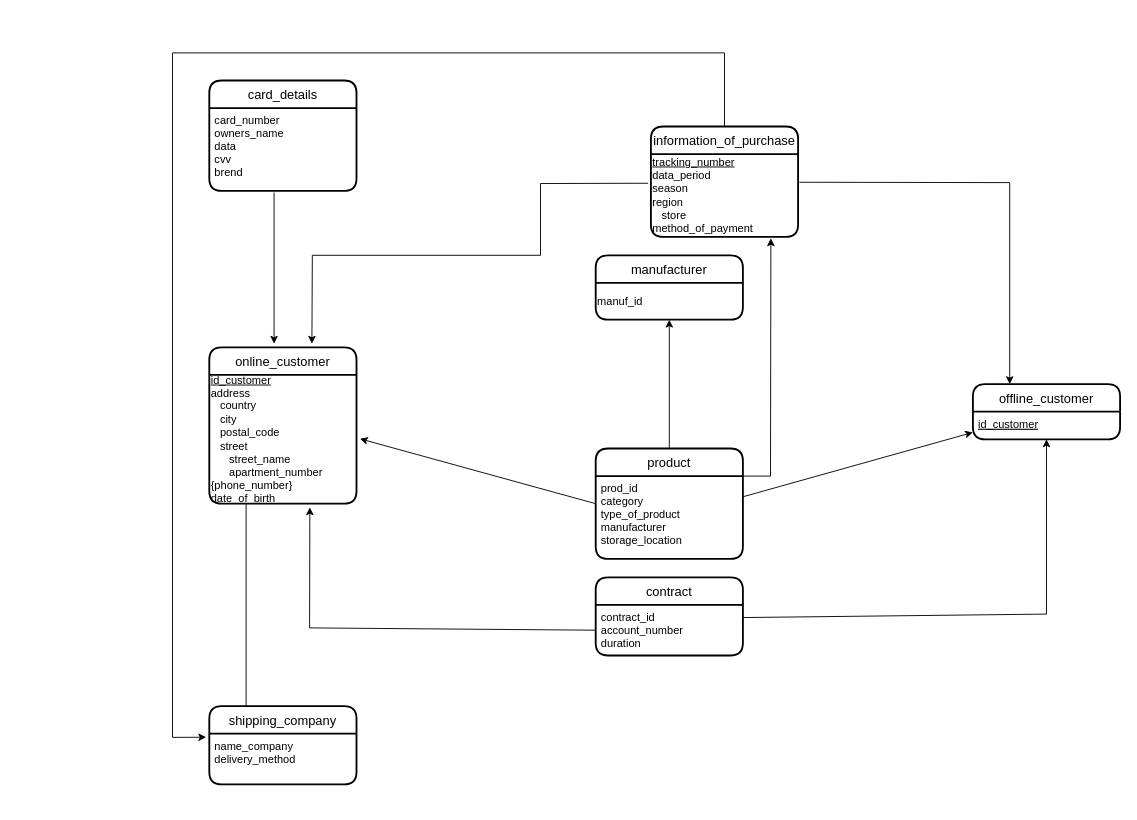
Adilbek-Asilzat/DB keeps this draw.io diagram as Untitled Diagram.drawio. Above is the earlier version. Source tidied: cells renumbered, new cells numbered last; positions are measured from the earlier drawing's top-left corner, leaving out a move shared by most shapes. Both pictures are drawn from the tidied source at 92%, with x=0, y=0 at pixel (172, 52).
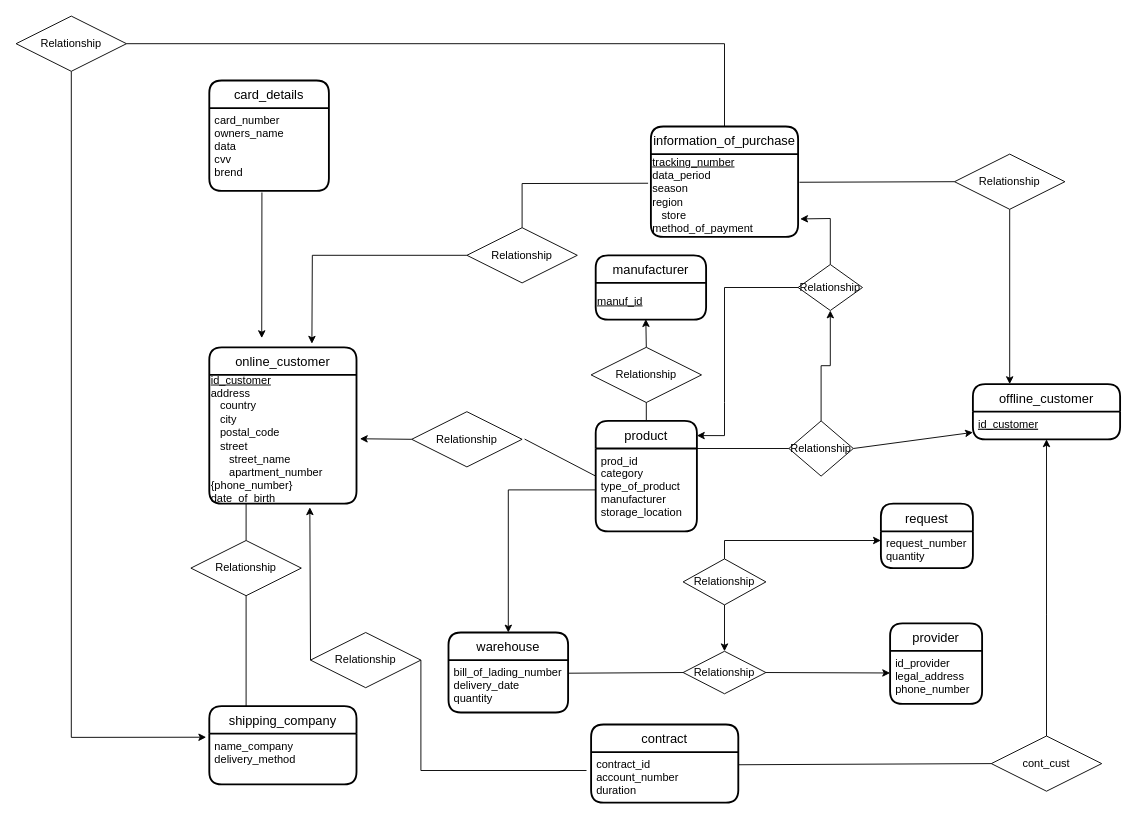
Above is the later version.

The change refers to these unchanged cells:
```xml
<mxCell id="2" value="online_customer" style="swimlane;horizontal=1;startSize=30;rounded=1;fontSize=14;fontStyle=0;strokeWidth=2;shadow=0;dashed=0;align=center;" parent="1" vertex="1">
  <mxGeometry x="40" y="320" width="160" height="170" as="geometry" />
</mxCell>
<mxCell id="3" value="&lt;u&gt;id_customer&lt;br&gt;&lt;/u&gt;address&lt;br&gt;&amp;nbsp; &amp;nbsp;country&lt;br&gt;&amp;nbsp; &amp;nbsp;city&lt;br&gt;&amp;nbsp; &amp;nbsp;postal_code&lt;br&gt;&amp;nbsp; &amp;nbsp;street&lt;br&gt;&amp;nbsp; &amp;nbsp; &amp;nbsp; street_name&lt;br&gt;&amp;nbsp; &amp;nbsp; &amp;nbsp; apartment_number&lt;br&gt;{phone_number}&lt;br&gt;date_of_birth" style="text;html=1;align=left;verticalAlign=middle;points=[];strokeColor=none;fillColor=none;" parent="2" vertex="1">
  <mxGeometry y="30" width="160" height="140" as="geometry" />
</mxCell>
<mxCell id="4" value="information_of_purchase" style="swimlane;horizontal=1;startSize=30;rounded=1;fontSize=14;fontStyle=0;strokeWidth=2;shadow=0;dashed=0;align=center;" parent="1" vertex="1">
  <mxGeometry x="520" y="80" width="160" height="120" as="geometry" />
</mxCell>
<mxCell id="5" value="&lt;u&gt;tracking_number&lt;br&gt;&lt;/u&gt;data_period&lt;br&gt;season&lt;br&gt;region&lt;br&gt;&amp;nbsp; &amp;nbsp;store&lt;br&gt;method_of_payment" style="text;html=1;align=left;verticalAlign=middle;points=[];strokeColor=none;fillColor=none;" parent="4" vertex="1">
  <mxGeometry y="30" width="160" height="90" as="geometry" />
</mxCell>
<mxCell id="7" value="contract_id&#10;account_number&#10;duration" style="align=left;strokeColor=none;fillColor=none;spacingLeft=4;fontSize=12;verticalAlign=top;fontStyle=0;" parent="6" vertex="1">
  <mxGeometry y="30" width="160" height="55" as="geometry" />
</mxCell>
<mxCell id="8" value="offline_customer" style="swimlane;horizontal=1;startSize=30;rounded=1;fontSize=14;fontStyle=0;strokeWidth=2;shadow=0;dashed=0;align=center;" parent="1" vertex="1">
  <mxGeometry x="870" y="360" width="160" height="60" as="geometry" />
</mxCell>
<mxCell id="9" value="id_customer" style="align=left;strokeColor=none;fillColor=none;spacingLeft=4;fontSize=12;verticalAlign=top;fontStyle=4;" parent="8" vertex="1">
  <mxGeometry y="30" width="160" height="30" as="geometry" />
</mxCell>
<mxCell id="21" value="shipping_company" style="swimlane;horizontal=1;startSize=30;rounded=1;fontSize=14;fontStyle=0;strokeWidth=2;shadow=0;dashed=0;align=center;" parent="1" vertex="1">
  <mxGeometry x="40" y="710" width="160" height="85" as="geometry" />
</mxCell>
```

The edit, as a diff of the source:
```diff
@@
     <mxCell id="6" value="contract" style="swimlane;horizontal=1;startSize=30;rounded=1;fontSize=14;fontStyle=0;strokeWidth=2;shadow=0;dashed=0;align=center;" parent="1" vertex="1">
-      <mxGeometry x="460" y="570" width="160" height="85" as="geometry" />
+      <mxGeometry x="455" y="730" width="160" height="85" as="geometry" />
     </mxCell>
@@
     <mxCell id="10" value="product" style="swimlane;horizontal=1;startSize=30;rounded=1;fontSize=14;fontStyle=0;strokeWidth=2;shadow=0;dashed=0;align=center;" parent="1" vertex="1">
-      <mxGeometry x="460" y="430" width="160" height="120" as="geometry" />
+      <mxGeometry x="460" y="400" width="110" height="120" as="geometry" />
     </mxCell>
     <mxCell id="11" value="prod_id&#10;category&#10;type_of_product&#10;manufacturer&#10;storage_location" style="align=left;strokeColor=none;fillColor=none;spacingLeft=4;fontSize=12;verticalAlign=top;fontStyle=0;" parent="10" vertex="1">
-      <mxGeometry y="30" width="160" height="90" as="geometry" />
+      <mxGeometry y="30" width="110" height="90" as="geometry" />
     </mxCell>
     <mxCell id="12" value="card_details" style="swimlane;horizontal=1;startSize=30;rounded=1;fontSize=14;fontStyle=0;strokeWidth=2;shadow=0;dashed=0;align=center;" parent="1" vertex="1">
-      <mxGeometry x="40" y="30" width="160" height="120" as="geometry" />
+      <mxGeometry x="40" y="30" width="130" height="120" as="geometry" />
     </mxCell>
     <mxCell id="13" value="card_number&#10;owners_name&#10;data&#10;cvv&#10;brend" style="align=left;strokeColor=none;fillColor=none;spacingLeft=4;fontSize=12;verticalAlign=top;" parent="12" vertex="1">
-      <mxGeometry y="30" width="160" height="90" as="geometry" />
+      <mxGeometry y="30" width="130" height="90" as="geometry" />
     </mxCell>
-    <mxCell id="14" style="endArrow=classic;html=1;rounded=0;exitX=0.44;exitY=1.019;exitDx=0;exitDy=0;exitPerimeter=0;entryX=0.44;entryY=-0.023;entryDx=0;entryDy=0;entryPerimeter=0;" parent="1" edge="1" source="13" target="2">
-      <mxGeometry relative="1" as="geometry" />
+    <mxCell id="14" style="endArrow=classic;html=1;rounded=0;exitX=0.44;exitY=1.019;exitDx=0;exitDy=0;exitPerimeter=0;" parent="1" edge="1" source="13">
+      <mxGeometry relative="1" as="geometry">
+        <mxPoint x="97" y="310" as="targetPoint" />
+      </mxGeometry>
     </mxCell>
-    <mxCell id="15" style="endArrow=classic;html=1;rounded=0;exitX=-0.019;exitY=0.352;exitDx=0;exitDy=0;exitPerimeter=0;entryX=0.697;entryY=-0.023;entryDx=0;entryDy=0;entryPerimeter=0;" parent="1" edge="1" source="5" target="2">
+    <mxCell id="15" style="endArrow=classic;html=1;rounded=0;exitX=0;exitY=0.5;exitDx=0;exitDy=0;entryX=0.697;entryY=-0.023;entryDx=0;entryDy=0;entryPerimeter=0;startArrow=none;" parent="1" edge="1" source="33" target="2">
       <mxGeometry relative="1" as="geometry">
         <Array as="points">
-          <mxPoint x="400" y="142" />
-          <mxPoint x="400" y="220" />
           <mxPoint x="152" y="220" />
         </Array>
       </mxGeometry>
     </mxCell>
-    <mxCell id="16" style="endArrow=classic;html=1;rounded=0;exitX=1.009;exitY=0.34;exitDx=0;exitDy=0;exitPerimeter=0;entryX=0.25;entryY=0;entryDx=0;entryDy=0;" parent="1" edge="1" source="5" target="8">
-      <mxGeometry relative="1" as="geometry">
-        <Array as="points">
-          <mxPoint x="910" y="141" />
-        </Array>
-      </mxGeometry>
+    <mxCell id="16" style="endArrow=classic;html=1;rounded=0;exitX=0.5;exitY=1;exitDx=0;exitDy=0;entryX=0.25;entryY=0;entryDx=0;entryDy=0;startArrow=none;" parent="1" edge="1" source="35" target="8">
+      <mxGeometry relative="1" as="geometry" />
     </mxCell>
-    <mxCell id="17" style="endArrow=classic;html=1;rounded=0;exitX=0;exitY=0.5;exitDx=0;exitDy=0;entryX=1.023;entryY=0.496;entryDx=0;entryDy=0;entryPerimeter=0;" parent="1" edge="1" source="10" target="3">
+    <mxCell id="17" style="endArrow=classic;html=1;rounded=0;exitX=0;exitY=0.5;exitDx=0;exitDy=0;entryX=1.023;entryY=0.496;entryDx=0;entryDy=0;entryPerimeter=0;startArrow=none;" parent="1" edge="1" source="50" target="3">
       <mxGeometry relative="1" as="geometry" />
     </mxCell>
-    <mxCell id="18" style="endArrow=classic;html=1;rounded=0;exitX=1;exitY=0.25;exitDx=0;exitDy=0;entryX=0;entryY=0.75;entryDx=0;entryDy=0;" parent="1" edge="1" source="11" target="9">
+    <mxCell id="18" style="endArrow=classic;html=1;rounded=0;exitX=1;exitY=0.5;exitDx=0;exitDy=0;entryX=0;entryY=0.75;entryDx=0;entryDy=0;startArrow=none;" parent="1" edge="1" source="38" target="9">
       <mxGeometry relative="1" as="geometry" />
     </mxCell>
-    <mxCell id="19" style="endArrow=classic;html=1;rounded=0;exitX=0;exitY=0.5;exitDx=0;exitDy=0;entryX=0.683;entryY=1.028;entryDx=0;entryDy=0;entryPerimeter=0;" parent="1" edge="1" source="7" target="3">
-      <mxGeometry relative="1" as="geometry">
-        <Array as="points">
-          <mxPoint x="149" y="625" />
-        </Array>
-      </mxGeometry>
+    <mxCell id="19" style="endArrow=classic;html=1;rounded=0;exitX=0;exitY=0.5;exitDx=0;exitDy=0;entryX=0.683;entryY=1.028;entryDx=0;entryDy=0;entryPerimeter=0;startArrow=none;" parent="1" edge="1" source="41" target="3">
+      <mxGeometry relative="1" as="geometry" />
     </mxCell>
-    <mxCell id="20" style="endArrow=classic;html=1;rounded=0;exitX=1;exitY=0.25;exitDx=0;exitDy=0;entryX=0.5;entryY=1;entryDx=0;entryDy=0;" parent="1" edge="1" source="7" target="9">
+    <mxCell id="20" style="endArrow=classic;html=1;rounded=0;exitX=0.5;exitY=0;exitDx=0;exitDy=0;entryX=0.5;entryY=1;entryDx=0;entryDy=0;startArrow=none;" parent="1" edge="1" source="52" target="9">
       <mxGeometry relative="1" as="geometry">
         <Array as="points">
           <mxPoint x="950" y="610" />
         </Array>
       </mxGeometry>
     </mxCell>
@@
-    <mxCell id="23" style="endArrow=none;html=1;rounded=0;exitX=0.25;exitY=0;exitDx=0;exitDy=0;" parent="1" edge="1" source="21">
+    <mxCell id="23" style="endArrow=none;html=1;rounded=0;startArrow=none;exitX=0.5;exitY=0;exitDx=0;exitDy=0;" parent="1" edge="1" source="31">
       <mxGeometry relative="1" as="geometry">
         <mxPoint x="80" y="490" as="targetPoint" />
-        <Array as="points">
-          <mxPoint x="80" y="610" />
-        </Array>
       </mxGeometry>
     </mxCell>
-    <mxCell id="24" style="endArrow=classic;html=1;rounded=0;entryX=-0.021;entryY=0.398;entryDx=0;entryDy=0;entryPerimeter=0;exitX=0.5;exitY=0;exitDx=0;exitDy=0;" parent="1" edge="1" source="4" target="21">
+    <mxCell id="24" style="endArrow=classic;html=1;rounded=0;entryX=-0.021;entryY=0.398;entryDx=0;entryDy=0;entryPerimeter=0;exitX=0.5;exitY=1;exitDx=0;exitDy=0;startArrow=none;" parent="1" edge="1" source="29" target="21">
       <mxGeometry relative="1" as="geometry">
         <Array as="points">
-          <mxPoint x="600" />
-          <mxPoint />
-          <mxPoint y="744" />
+          <mxPoint x="-110" y="744" />
         </Array>
       </mxGeometry>
     </mxCell>
     <mxCell id="25" value="manufacturer" style="swimlane;horizontal=1;startSize=30;rounded=1;fontSize=14;fontStyle=0;strokeWidth=2;shadow=0;dashed=0;align=center;" parent="1" vertex="1">
-      <mxGeometry x="460" y="220" width="160" height="70" as="geometry" />
+      <mxGeometry x="460" y="220" width="120" height="70" as="geometry" />
     </mxCell>
-    <mxCell id="26" value="manuf_id" style="text;html=1;align=left;verticalAlign=middle;points=[];strokeColor=none;fillColor=none;" parent="25" vertex="1">
-      <mxGeometry y="30" width="160" height="40" as="geometry" />
+    <mxCell id="26" value="&lt;u&gt;manuf_id&lt;/u&gt;" style="text;html=1;align=left;verticalAlign=middle;points=[];strokeColor=none;fillColor=none;" parent="25" vertex="1">
+      <mxGeometry y="30" width="120" height="40" as="geometry" />
     </mxCell>
-    <mxCell id="27" style="endArrow=classic;html=1;rounded=0;entryX=0.5;entryY=1;entryDx=0;entryDy=0;exitX=0.5;exitY=0;exitDx=0;exitDy=0;" parent="1" edge="1" source="10" target="25">
+    <mxCell id="27" style="endArrow=classic;html=1;rounded=0;entryX=0.454;entryY=0.984;entryDx=0;entryDy=0;exitX=0.5;exitY=0;exitDx=0;exitDy=0;startArrow=none;entryPerimeter=0;" parent="1" edge="1" source="47" target="26">
       <mxGeometry relative="1" as="geometry" />
     </mxCell>
-    <mxCell id="28" style="endArrow=classic;html=1;rounded=0;exitX=1;exitY=0;exitDx=0;exitDy=0;entryX=0.815;entryY=1.017;entryDx=0;entryDy=0;entryPerimeter=0;" parent="1" edge="1" source="11" target="5">
+    <mxCell id="28" style="endArrow=classic;html=1;rounded=0;exitX=0.5;exitY=0;exitDx=0;exitDy=0;startArrow=none;entryX=1.014;entryY=0.783;entryDx=0;entryDy=0;entryPerimeter=0;" parent="1" edge="1" source="40" target="5">
       <mxGeometry relative="1" as="geometry">
         <Array as="points">
-          <mxPoint x="650" y="460" />
+          <mxPoint x="715" y="180" />
         </Array>
       </mxGeometry>
     </mxCell>
+    <mxCell id="29" value="Relationship" style="shape=rhombus;perimeter=rhombusPerimeter;whiteSpace=wrap;html=1;align=center;" parent="1" vertex="1">
+      <mxGeometry x="-170" y="-40" width="120" height="60" as="geometry" />
+    </mxCell>
+    <mxCell id="30" style="endArrow=none;html=1;rounded=0;entryX=1;entryY=0.5;entryDx=0;entryDy=0;exitX=0.5;exitY=0;exitDx=0;exitDy=0;" parent="1" edge="1" source="4" target="29">
+      <mxGeometry relative="1" as="geometry">
+        <Array as="points">
+          <mxPoint x="600" y="-10" />
+        </Array>
+      </mxGeometry>
+    </mxCell>
+    <mxCell id="31" value="Relationship" style="shape=rhombus;perimeter=rhombusPerimeter;whiteSpace=wrap;html=1;align=center;" parent="1" vertex="1">
+      <mxGeometry x="20" y="530" width="120" height="60" as="geometry" />
+    </mxCell>
+    <mxCell id="32" style="endArrow=none;html=1;rounded=0;exitX=0.25;exitY=0;exitDx=0;exitDy=0;entryX=0.5;entryY=1;entryDx=0;entryDy=0;" parent="1" edge="1" source="21" target="31">
+      <mxGeometry relative="1" as="geometry" />
+    </mxCell>
+    <mxCell id="33" value="Relationship" style="shape=rhombus;perimeter=rhombusPerimeter;whiteSpace=wrap;html=1;align=center;" parent="1" vertex="1">
+      <mxGeometry x="320" y="190" width="120" height="60" as="geometry" />
+    </mxCell>
+    <mxCell id="34" style="endArrow=none;html=1;rounded=0;exitX=-0.019;exitY=0.352;exitDx=0;exitDy=0;exitPerimeter=0;entryX=0.5;entryY=0;entryDx=0;entryDy=0;" parent="1" edge="1" source="5" target="33">
+      <mxGeometry relative="1" as="geometry">
+        <Array as="points">
+          <mxPoint x="380" y="142" />
+        </Array>
+      </mxGeometry>
+    </mxCell>
+    <mxCell id="35" value="Relationship" style="shape=rhombus;perimeter=rhombusPerimeter;whiteSpace=wrap;html=1;align=center;" parent="1" vertex="1">
+      <mxGeometry x="850" y="110" width="120" height="60" as="geometry" />
+    </mxCell>
+    <mxCell id="36" style="endArrow=none;html=1;rounded=0;exitX=1.009;exitY=0.34;exitDx=0;exitDy=0;exitPerimeter=0;entryX=0;entryY=0.5;entryDx=0;entryDy=0;" parent="1" edge="1" source="5" target="35">
+      <mxGeometry relative="1" as="geometry" />
+    </mxCell>
+    <mxCell id="37" style="edgeStyle=orthogonalEdgeStyle;rounded=0;jettySize=auto;html=1;" parent="1" edge="1" source="38" target="40">
+      <mxGeometry relative="1" as="geometry" />
+    </mxCell>
+    <mxCell id="38" value="Relationship" style="shape=rhombus;perimeter=rhombusPerimeter;whiteSpace=wrap;html=1;align=center;" parent="1" vertex="1">
+      <mxGeometry x="670" y="400" width="70" height="60" as="geometry" />
+    </mxCell>
+    <mxCell id="39" style="endArrow=none;html=1;rounded=0;exitX=1;exitY=0;exitDx=0;exitDy=0;entryX=0;entryY=0.5;entryDx=0;entryDy=0;" parent="1" edge="1" source="11" target="38">
+      <mxGeometry relative="1" as="geometry" />
+    </mxCell>
+    <mxCell id="40" value="Relationship" style="shape=rhombus;perimeter=rhombusPerimeter;whiteSpace=wrap;html=1;align=center;" parent="1" vertex="1">
+      <mxGeometry x="680" y="230" width="70" height="50" as="geometry" />
+    </mxCell>
+    <mxCell id="41" value="Relationship" style="shape=rhombus;perimeter=rhombusPerimeter;whiteSpace=wrap;html=1;align=center;" parent="1" vertex="1">
+      <mxGeometry x="150" y="630" width="120" height="60" as="geometry" />
+    </mxCell>
+    <mxCell id="42" style="endArrow=none;html=1;rounded=0;entryX=1;entryY=0.5;entryDx=0;entryDy=0;" parent="1" edge="1" target="41">
+      <mxGeometry relative="1" as="geometry">
+        <mxPoint x="450" y="780" as="sourcePoint" />
+        <Array as="points">
+          <mxPoint x="270" y="780" />
+        </Array>
+      </mxGeometry>
+    </mxCell>
+    <mxCell id="43" value="provider" style="swimlane;horizontal=1;startSize=30;rounded=1;fontSize=14;fontStyle=0;strokeWidth=2;shadow=0;dashed=0;align=center;" parent="1" vertex="1">
+      <mxGeometry x="780" y="620" width="100" height="87.5" as="geometry" />
+    </mxCell>
+    <mxCell id="44" value="id_provider &#10;legal_address&#10;phone_number&#10;" style="align=left;strokeColor=none;fillColor=none;spacingLeft=4;fontSize=12;verticalAlign=top;fontStyle=0;" parent="43" vertex="1">
+      <mxGeometry y="30" width="100" height="57.5" as="geometry" />
+    </mxCell>
+    <mxCell id="45" value="warehouse" style="swimlane;horizontal=1;startSize=30;rounded=1;fontSize=14;fontStyle=0;strokeWidth=2;shadow=0;dashed=0;align=center;" parent="1" vertex="1">
+      <mxGeometry x="300" y="630" width="130" height="87" as="geometry" />
+    </mxCell>
+    <mxCell id="46" value="bill_of_lading_number&#10;delivery_date&#10;quantity&#10;" style="align=left;strokeColor=none;fillColor=none;spacingLeft=4;fontSize=12;verticalAlign=top;" parent="45" vertex="1">
+      <mxGeometry y="30" width="130" height="57" as="geometry" />
+    </mxCell>
+    <mxCell id="47" value="Relationship" style="shape=rhombus;perimeter=rhombusPerimeter;whiteSpace=wrap;html=1;align=center;" parent="1" vertex="1">
+      <mxGeometry x="455" y="320" width="120" height="60" as="geometry" />
+    </mxCell>
+    <mxCell id="48" style="endArrow=none;html=1;rounded=0;entryX=0.5;entryY=1;entryDx=0;entryDy=0;exitX=0.5;exitY=0;exitDx=0;exitDy=0;" parent="1" edge="1" source="10" target="47">
+      <mxGeometry relative="1" as="geometry" />
+    </mxCell>
+    <mxCell id="49" style="endArrow=classic;html=1;rounded=0;entryX=1;entryY=0.133;entryDx=0;entryDy=0;entryPerimeter=0;exitX=0;exitY=0.5;exitDx=0;exitDy=0;" parent="1" edge="1" source="40" target="10">
+      <mxGeometry relative="1" as="geometry">
+        <Array as="points">
+          <mxPoint x="600" y="255" />
+          <mxPoint x="600" y="380" />
+          <mxPoint x="600" y="416" />
+        </Array>
+      </mxGeometry>
+    </mxCell>
+    <mxCell id="50" value="Relationship" style="shape=rhombus;perimeter=rhombusPerimeter;whiteSpace=wrap;html=1;align=center;" parent="1" vertex="1">
+      <mxGeometry x="260" y="390" width="120" height="60" as="geometry" />
+    </mxCell>
+    <mxCell id="51" style="endArrow=none;html=1;rounded=0;exitX=0;exitY=0.5;exitDx=0;exitDy=0;entryX=1.023;entryY=0.496;entryDx=0;entryDy=0;entryPerimeter=0;" parent="1" edge="1" source="10" target="50">
+      <mxGeometry relative="1" as="geometry" />
+    </mxCell>
+    <mxCell id="52" value="cont_cust&lt;br&gt;" style="shape=rhombus;perimeter=rhombusPerimeter;whiteSpace=wrap;html=1;align=center;" parent="1" vertex="1">
+      <mxGeometry x="890" y="742.5" width="120" height="60" as="geometry" />
+    </mxCell>
+    <mxCell id="53" style="endArrow=none;html=1;rounded=0;exitX=1;exitY=0.25;exitDx=0;exitDy=0;entryX=0;entryY=0.5;entryDx=0;entryDy=0;" parent="1" edge="1" source="7" target="52">
+      <mxGeometry relative="1" as="geometry" />
+    </mxCell>
+    <mxCell id="54" value="request" style="swimlane;horizontal=1;startSize=30;rounded=1;fontSize=14;fontStyle=0;strokeWidth=2;shadow=0;dashed=0;align=center;" parent="1" vertex="1">
+      <mxGeometry x="770" y="490" width="100" height="70" as="geometry" />
+    </mxCell>
+    <mxCell id="55" value="request_number&#10;quantity" style="align=left;strokeColor=none;fillColor=none;spacingLeft=4;fontSize=12;verticalAlign=top;fontStyle=0;" parent="54" vertex="1">
+      <mxGeometry y="30" width="100" height="40" as="geometry" />
+    </mxCell>
+    <mxCell id="56" style="endArrow=classic;html=1;rounded=0;exitX=0;exitY=0.5;exitDx=0;exitDy=0;entryX=0.5;entryY=0;entryDx=0;entryDy=0;" parent="1" edge="1" source="11" target="45">
+      <mxGeometry relative="1" as="geometry">
+        <Array as="points">
+          <mxPoint x="365" y="475" />
+        </Array>
+      </mxGeometry>
+    </mxCell>
+    <mxCell id="57" style="endArrow=classic;html=1;rounded=0;exitX=1;exitY=0.5;exitDx=0;exitDy=0;startArrow=none;" parent="1" edge="1" source="58">
+      <mxGeometry relative="1" as="geometry">
+        <mxPoint x="780" y="674" as="targetPoint" />
+      </mxGeometry>
+    </mxCell>
+    <mxCell id="58" value="Relationship" style="shape=rhombus;perimeter=rhombusPerimeter;whiteSpace=wrap;html=1;align=center;" parent="1" vertex="1">
+      <mxGeometry x="555" y="650.4" width="90" height="46.2" as="geometry" />
+    </mxCell>
+    <mxCell id="59" style="endArrow=none;html=1;rounded=0;exitX=1;exitY=0.25;exitDx=0;exitDy=0;entryX=0;entryY=0.5;entryDx=0;entryDy=0;" parent="1" edge="1" source="46" target="58">
+      <mxGeometry relative="1" as="geometry" />
+    </mxCell>
+    <mxCell id="60" style="endArrow=classic;startArrow=none;html=1;rounded=0;entryX=0;entryY=0.25;entryDx=0;entryDy=0;exitX=0.5;exitY=0;exitDx=0;exitDy=0;" parent="1" edge="1" source="61" target="55">
+      <mxGeometry relative="1" as="geometry">
+        <Array as="points">
+          <mxPoint x="600" y="530" />
+        </Array>
+      </mxGeometry>
+    </mxCell>
+    <mxCell id="61" value="Relationship" style="shape=rhombus;perimeter=rhombusPerimeter;whiteSpace=wrap;html=1;align=center;" parent="1" vertex="1">
+      <mxGeometry x="555" y="550" width="90" height="50" as="geometry" />
+    </mxCell>
+    <mxCell id="62" style="endArrow=none;startArrow=classic;html=1;rounded=0;entryX=0.5;entryY=1;entryDx=0;entryDy=0;" parent="1" edge="1" source="58" target="61">
+      <mxGeometry relative="1" as="geometry" />
+    </mxCell>
```
